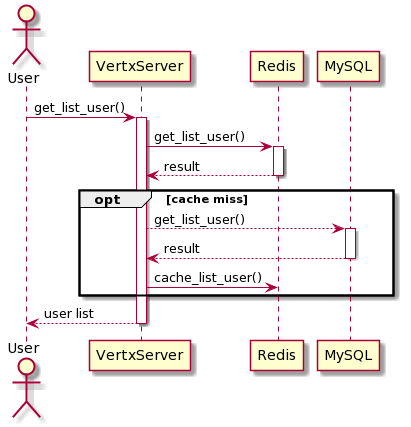
Before: report/img/sequence-diagrams/view-list.png, a diagram exported from PlantUML (delta94/vmr-chatapp-1).
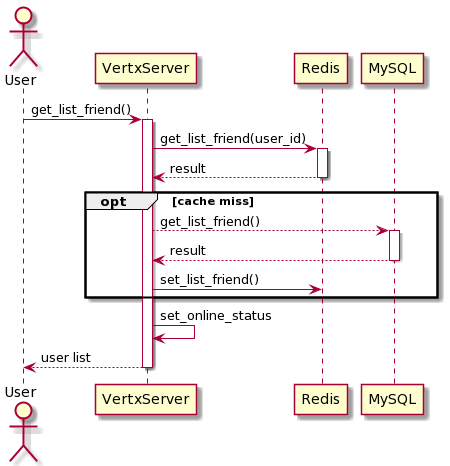
The same file after the commit.

Change to the diagram source:
```diff
@@ -1,19 +1,20 @@
 @startuml
 actor User
 
-User -> VertxServer: get_list_user()
+User -> VertxServer: get_list_friend()
 activate VertxServer
-    VertxServer -> Redis: get_list_user()
+    VertxServer -> Redis: get_list_friend(user_id)
     activate Redis
         Redis-->VertxServer: result
     deactivate
     opt cache miss
-        VertxServer --> MySQL: get_list_user()
+        VertxServer --> MySQL: get_list_friend()
         activate MySQL
             MySQL -->VertxServer: result
         deactivate MySQL
-        VertxServer -> Redis: cache_list_user()
+        VertxServer -> Redis: set_list_friend()
     end
+    VertxServer -> VertxServer: set_online_status
     VertxServer --> User: user list
 deactivate
 @enduml
```
